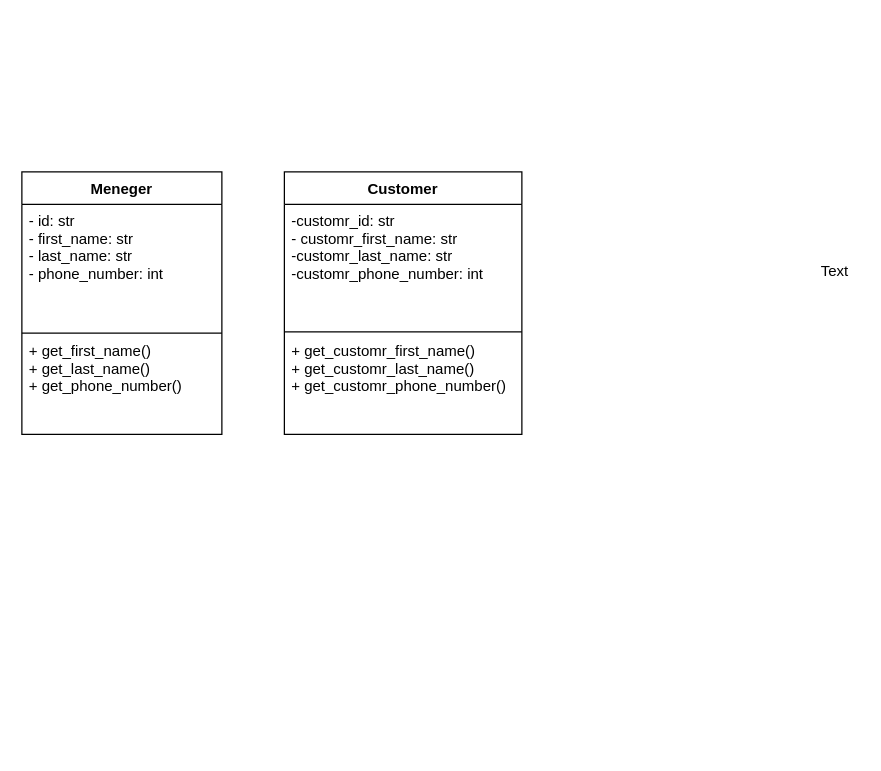
Earlier version of the draw.io diagram page "Page-1" (1 of 2) of Untitled Diagram.drawio (Argam431/PYTHON3-2). Source tidied: cells renumbered, new cells numbered last; positions are measured from the earlier drawing's top-left corner, leaving out a move shared by most shapes. Both pictures are drawn from the tidied source at 125%, with x=0, y=0 at pixel (21, 171).
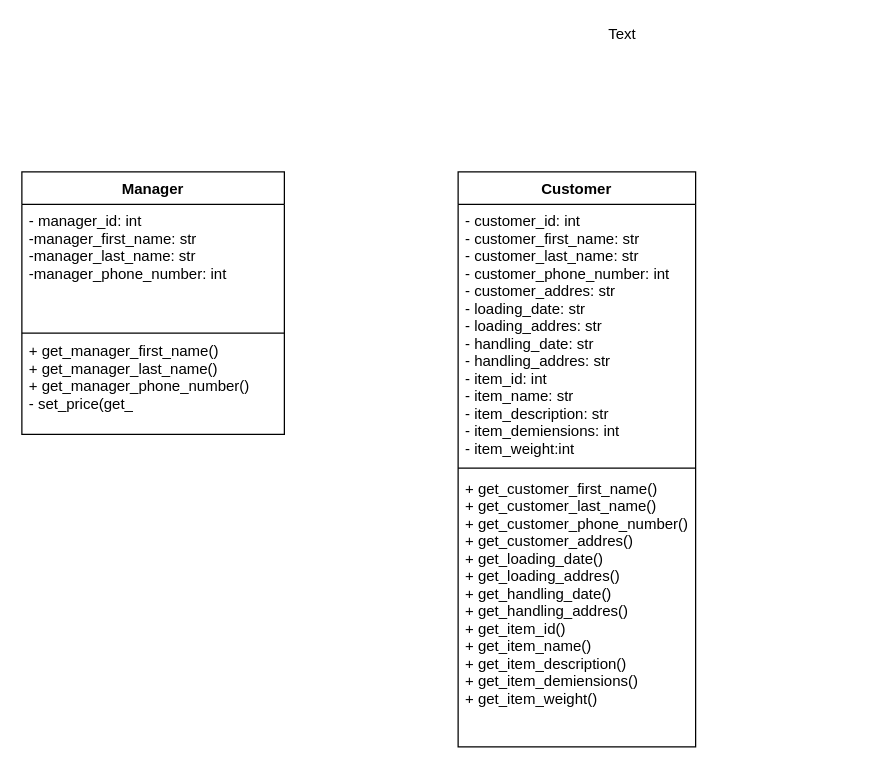
The same page after the edit.

Change to the diagram source:
```diff
@@
 <mxGraphModel>
   <root>
     <mxCell id="0" />
     <mxCell id="1" parent="0" />
-    <mxCell id="2" value="Meneger" style="swimlane;fontStyle=1;align=center;verticalAlign=top;horizontal=1;startSize=26;" parent="1" vertex="1">
-      <mxGeometry width="160" height="210" as="geometry" />
+    <mxCell id="2" value="Manager" style="swimlane;fontStyle=1;align=center;verticalAlign=top;horizontal=1;startSize=26;" parent="1" vertex="1">
+      <mxGeometry width="210" height="210" as="geometry" />
     </mxCell>
-    <mxCell id="3" value="- id: str&#10;- first_name: str &#10;- last_name: str&#10;- phone_number: int" style="text;strokeColor=none;fillColor=none;align=left;verticalAlign=top;spacingLeft=4;spacingRight=4;overflow=hidden;" parent="2" vertex="1">
-      <mxGeometry y="26" width="160" height="104" as="geometry" />
+    <mxCell id="3" value="- manager_id: int&#10;-manager_first_name: str &#10;-manager_last_name: str&#10;-manager_phone_number: int" style="text;strokeColor=none;fillColor=none;align=left;verticalAlign=top;spacingLeft=4;spacingRight=4;overflow=hidden;" parent="2" vertex="1">
+      <mxGeometry y="26" width="210" height="104" as="geometry" />
     </mxCell>
-    <mxCell id="4" value="+ get_first_name()&#10;+ get_last_name()&#10;+ get_phone_number()" style="text;strokeColor=none;fillColor=none;align=left;verticalAlign=top;spacingLeft=4;spacingRight=4;overflow=hidden;" parent="2" vertex="1">
-      <mxGeometry y="130" width="160" height="80" as="geometry" />
+    <mxCell id="4" value="+ get_manager_first_name()&#10;+ get_manager_last_name()&#10;+ get_manager_phone_number()&#10;- set_price(get_" style="text;strokeColor=none;fillColor=none;align=left;verticalAlign=top;spacingLeft=4;spacingRight=4;overflow=hidden;" parent="2" vertex="1">
+      <mxGeometry y="130" width="210" height="80" as="geometry" />
     </mxCell>
     <mxCell id="5" value="Text" style="text;html=1;align=center;verticalAlign=middle;strokeColor=none;" parent="1" vertex="1">
-      <mxGeometry x="630" y="70" width="40" height="20" as="geometry" />
+      <mxGeometry x="460" y="-120" width="40" height="20" as="geometry" />
     </mxCell>
     <mxCell id="6" value="Customer" style="swimlane;fontStyle=1;align=center;verticalAlign=top;horizontal=1;startSize=26;" parent="1" vertex="1">
-      <mxGeometry x="210" width="190" height="210" as="geometry" />
+      <mxGeometry x="349" width="190" height="460" as="geometry" />
     </mxCell>
-    <mxCell id="7" value="-customr_id: str&#10;- customr_first_name: str &#10;-customr_last_name: str&#10;-customr_phone_number: int" style="text;strokeColor=none;fillColor=none;align=left;verticalAlign=top;spacingLeft=4;spacingRight=4;overflow=hidden;" parent="6" vertex="1">
-      <mxGeometry y="26" width="190" height="104" as="geometry" />
+    <mxCell id="7" value="- customer_id: int&#10;- customer_first_name: str &#10;- customer_last_name: str&#10;- customer_phone_number: int&#10;- customer_addres: str&#10;- loading_date: str&#10;- loading_addres: str&#10;- handling_date: str&#10;- handling_addres: str&#10;- item_id: int&#10;- item_name: str &#10;- item_description: str&#10;- item_demiensions: int&#10;- item_weight:int&#10;" style="text;strokeColor=none;fillColor=none;align=left;verticalAlign=top;spacingLeft=4;spacingRight=4;overflow=hidden;" parent="6" vertex="1">
+      <mxGeometry y="26" width="190" height="214" as="geometry" />
     </mxCell>
-    <mxCell id="8" value="+ get_customr_first_name()&#10;+ get_customr_last_name()&#10;+ get_customr_phone_number()" style="text;strokeColor=none;fillColor=none;align=left;verticalAlign=top;spacingLeft=4;spacingRight=4;overflow=hidden;" parent="6" vertex="1">
-      <mxGeometry y="130" width="190" height="80" as="geometry" />
+    <mxCell id="8" value="+ get_customer_first_name()&#10;+ get_customer_last_name()&#10;+ get_customer_phone_number()&#10;+ get_customer_addres()&#10;+ get_loading_date()&#10;+ get_loading_addres()&#10;+ get_handling_date()&#10;+ get_handling_addres()&#10;+ get_item_id()&#10;+ get_item_name() &#10;+ get_item_description()&#10;+ get_item_demiensions()&#10;+ get_item_weight()" style="text;strokeColor=none;fillColor=none;align=left;verticalAlign=top;spacingLeft=4;spacingRight=4;overflow=hidden;" parent="6" vertex="1">
+      <mxGeometry y="240" width="190" height="220" as="geometry" />
     </mxCell>
     <mxCell id="9" style="line;strokeWidth=1;fillColor=none;align=left;verticalAlign=middle;spacingTop=-1;spacingLeft=3;spacingRight=3;labelPosition=right;" parent="1" vertex="1">
-      <mxGeometry x="210" y="120" width="190" height="16" as="geometry" />
+      <mxGeometry x="349" y="229" width="190" height="16" as="geometry" />
     </mxCell>
     <mxCell id="10" style="line;strokeWidth=1;fillColor=none;align=left;verticalAlign=middle;spacingTop=-1;spacingLeft=3;spacingRight=3;labelPosition=right;" parent="1" vertex="1">
-      <mxGeometry y="121" width="160" height="16" as="geometry" />
+      <mxGeometry y="121" width="210" height="16" as="geometry" />
     </mxCell>
   </root>
 </mxGraphModel>
```
